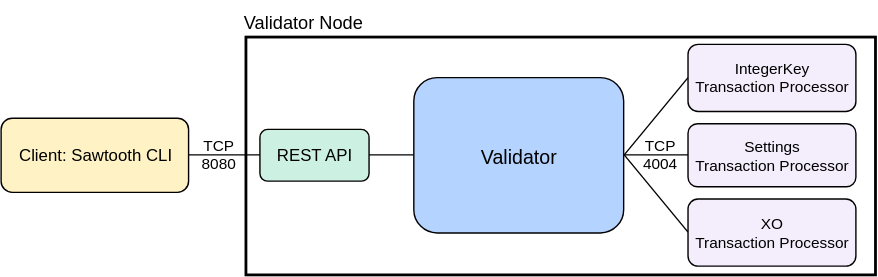
Earlier version of the draw.io export docs/source/images/appdev-environment-one-node-3TPs.svg (hyperledger-archives/sawtooth-core). Source tidied: cells renumbered, new cells last; positions are measured from the earlier drawing's top-left corner, leaving out a move shared by most shapes.
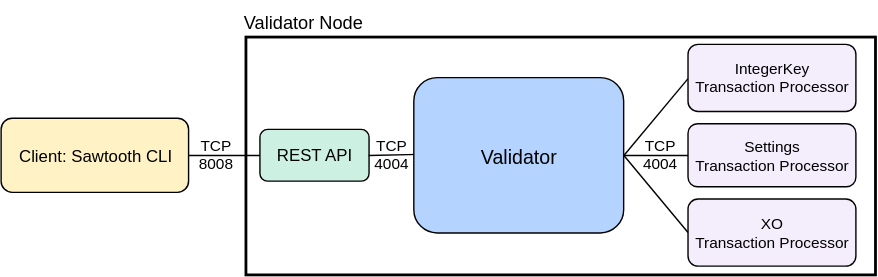
The same diagram one commit later.

Change to the diagram source:
```diff
@@ -17,7 +17,7 @@
     <mxCell id="6" value="&lt;font style=&quot;font-size: 12px&quot;&gt;REST API&lt;/font&gt;" style="rounded=1;whiteSpace=wrap;html=1;strokeWidth=1;fillColor=#CCF0E2;fontSize=12;strokeColor=#000000;" parent="1" vertex="1">
       <mxGeometry x="185" y="92" width="78" height="37" as="geometry" />
     </mxCell>
-    <mxCell id="7" style="endArrow=none;html=1;strokeColor=#000000;strokeWidth=1;fontSize=12;entryX=1;entryY=0.5;exitX=0;exitY=0.5;" parent="1" edge="1" source="9" target="6">
+    <mxCell id="7" style="endArrow=none;html=1;strokeColor=#000000;strokeWidth=1;fontSize=12;exitX=1;exitY=0.5;entryX=1;entryY=0.5;" parent="1" edge="1" source="20" target="6">
       <mxGeometry relative="1" as="geometry" />
     </mxCell>
     <mxCell id="8" style="group;" parent="1" vertex="1">
@@ -41,8 +41,8 @@
     <mxCell id="14" style="endArrow=none;html=1;strokeColor=#000000;strokeWidth=1;fontSize=11;entryX=0;entryY=0.5;exitX=1;exitY=0.5;" parent="1" edge="1" source="9" target="19">
       <mxGeometry relative="1" as="geometry" />
     </mxCell>
-    <mxCell id="15" value="TCP 8080" style="text;html=1;strokeColor=none;fillColor=none;align=center;verticalAlign=middle;whiteSpace=wrap;rounded=0;dashed=1;fontSize=11;" parent="1" vertex="1">
-      <mxGeometry x="136" y="100.5" width="40" height="20" as="geometry" />
+    <mxCell id="15" value="TCP 8008" style="text;html=1;strokeColor=none;fillColor=none;align=center;verticalAlign=middle;whiteSpace=wrap;rounded=0;dashed=1;fontSize=11;" parent="1" vertex="1">
+      <mxGeometry x="134" y="100.5" width="40" height="20" as="geometry" />
     </mxCell>
     <mxCell id="16" value="TCP&lt;div&gt;4004&lt;/div&gt;" style="text;html=1;strokeColor=none;fillColor=none;align=center;verticalAlign=middle;whiteSpace=wrap;rounded=0;dashed=1;fontSize=11;rotation=0;" parent="1" vertex="1">
       <mxGeometry x="451" y="100" width="40" height="20" as="geometry" />
@@ -56,5 +56,8 @@
     <mxCell id="19" value="&lt;div style=&quot;font-size: 11px&quot;&gt;&lt;font style=&quot;font-size: 11px&quot;&gt;XO&lt;/font&gt;&lt;/div&gt;&lt;div style=&quot;font-size: 11px&quot;&gt;&lt;font style=&quot;font-size: 11px&quot;&gt;Transaction&amp;nbsp;&lt;/font&gt;Processor&lt;/div&gt;" style="rounded=1;whiteSpace=wrap;html=1;strokeWidth=1;fillColor=#F4EDFC;fontSize=12;strokeColor=#000000;" parent="1" vertex="1">
       <mxGeometry x="491" y="141.7" width="120" height="48" as="geometry" />
     </mxCell>
+    <mxCell id="20" value="TCP&lt;div&gt;4004&lt;/div&gt;" style="text;html=1;strokeColor=none;fillColor=none;align=center;verticalAlign=middle;whiteSpace=wrap;rounded=0;dashed=1;fontSize=11;rotation=0;" parent="1" vertex="1">
+      <mxGeometry x="259" y="100" width="40" height="20" as="geometry" />
+    </mxCell>
   </root>
 </mxGraphModel>
```
